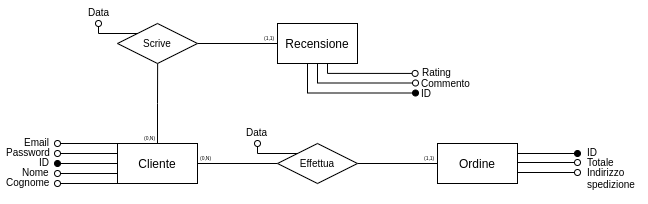
Before: docs/images/cliente.png, a diagram exported from draw.io (krosspile/ecommerce_database). Source tidied: cells renumbered, new cells last; positions are measured from the earlier drawing's top-left corner, leaving out a move shared by most shapes.
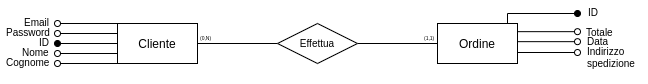
The same diagram one commit later.

The edit, as a diff of the source:
```diff
@@ -11,11 +11,6 @@
     <mxCell id="3" style="edgeStyle=orthogonalEdgeStyle;rounded=0;jettySize=auto;html=1;exitX=1;exitY=0.5;exitDx=0;exitDy=0;entryX=0;entryY=0.5;entryDx=0;entryDy=0;fontSize=10;endArrow=none;endFill=0;" parent="1" edge="1" source="5" target="15">
       <mxGeometry relative="1" as="geometry" />
     </mxCell>
-    <mxCell id="4" style="edgeStyle=orthogonalEdgeStyle;rounded=0;jettySize=auto;html=1;exitX=0.5;exitY=0;exitDx=0;exitDy=0;fontSize=10;endArrow=none;endFill=0;" parent="1" edge="1" source="5">
-      <mxGeometry relative="1" as="geometry">
-        <mxPoint x="157.1" y="63" as="targetPoint" />
-      </mxGeometry>
-    </mxCell>
     <mxCell id="5" value="Cliente" style="whiteSpace=wrap;html=1;align=center;" parent="1" vertex="1">
       <mxGeometry x="117" y="143" width="80" height="40" as="geometry" />
     </mxCell>
@@ -52,40 +47,26 @@
     <mxCell id="13" style="edgeStyle=orthogonalEdgeStyle;rounded=0;jettySize=auto;html=1;exitX=1;exitY=0.5;exitDx=0;exitDy=0;entryX=0;entryY=0.5;entryDx=0;entryDy=0;fontSize=10;endArrow=none;endFill=0;" parent="1" edge="1" source="15" target="16">
       <mxGeometry relative="1" as="geometry" />
     </mxCell>
-    <mxCell id="14" style="edgeStyle=orthogonalEdgeStyle;rounded=0;jettySize=auto;html=1;exitX=0;exitY=0;exitDx=0;exitDy=0;fontSize=10;endArrow=oval;endFill=0;" parent="1" edge="1" source="15">
-      <mxGeometry relative="1" as="geometry">
-        <mxPoint x="257" y="143" as="targetPoint" />
-      </mxGeometry>
-    </mxCell>
     <mxCell id="15" value="Effettua" style="shape=rhombus;perimeter=rhombusPerimeter;whiteSpace=wrap;html=1;align=center;fontSize=10;" parent="1" vertex="1">
       <mxGeometry x="277" y="143" width="80" height="40" as="geometry" />
     </mxCell>
     <mxCell id="16" value="Ordine" style="whiteSpace=wrap;html=1;align=center;" parent="1" vertex="1">
       <mxGeometry x="437" y="143" width="80" height="40" as="geometry" />
     </mxCell>
-    <mxCell id="17" value="Data" style="text;strokeColor=none;fillColor=none;spacingLeft=4;spacingRight=4;overflow=hidden;fontSize=10;" parent="1" vertex="1">
-      <mxGeometry x="240" y="120" width="37" height="23" as="geometry" />
-    </mxCell>
-    <mxCell id="18" style="edgeStyle=orthogonalEdgeStyle;rounded=0;orthogonalLoop=1;jettySize=auto;html=1;exitX=0;exitY=0.25;exitDx=0;exitDy=0;endArrow=oval;endFill=1;" parent="1" edge="1">
-      <mxGeometry relative="1" as="geometry">
-        <mxPoint x="517" y="153" as="sourcePoint" />
-        <mxPoint x="577" y="153" as="targetPoint" />
-      </mxGeometry>
-    </mxCell>
     <mxCell id="19" style="edgeStyle=orthogonalEdgeStyle;rounded=0;orthogonalLoop=1;jettySize=auto;html=1;exitX=0;exitY=0.25;exitDx=0;exitDy=0;endArrow=oval;endFill=0;" parent="1" edge="1">
       <mxGeometry relative="1" as="geometry">
-        <mxPoint x="517" y="162" as="sourcePoint" />
-        <mxPoint x="577" y="162" as="targetPoint" />
+        <mxPoint x="517" y="151.2" as="sourcePoint" />
+        <mxPoint x="577" y="151.2" as="targetPoint" />
       </mxGeometry>
     </mxCell>
     <mxCell id="20" value="ID" style="text;strokeColor=none;fillColor=none;spacingLeft=4;spacingRight=4;overflow=hidden;fontSize=10;" parent="1" vertex="1">
-      <mxGeometry x="581" y="140" width="37" height="23" as="geometry" />
+      <mxGeometry x="582" y="120" width="37" height="23" as="geometry" />
     </mxCell>
     <mxCell id="21" value="Totale" style="text;strokeColor=none;fillColor=none;spacingLeft=4;spacingRight=4;overflow=hidden;fontSize=10;" parent="1" vertex="1">
-      <mxGeometry x="581" y="150" width="37" height="23" as="geometry" />
+      <mxGeometry x="580" y="140" width="46" height="23" as="geometry" />
     </mxCell>
     <mxCell id="22" value="Indirizzo&#10;spedizione" style="text;strokeColor=none;fillColor=none;spacingLeft=4;spacingRight=4;overflow=hidden;fontSize=10;" parent="1" vertex="1">
-      <mxGeometry x="581" y="160" width="66" height="33" as="geometry" />
+      <mxGeometry x="581" y="158.5" width="66" height="33" as="geometry" />
     </mxCell>
     <mxCell id="23" style="edgeStyle=orthogonalEdgeStyle;rounded=0;orthogonalLoop=1;jettySize=auto;html=1;exitX=0;exitY=0.25;exitDx=0;exitDy=0;endArrow=oval;endFill=0;" parent="1" edge="1">
       <mxGeometry relative="1" as="geometry">
@@ -93,51 +74,6 @@
         <mxPoint x="577" y="172" as="targetPoint" />
       </mxGeometry>
     </mxCell>
-    <mxCell id="24" style="edgeStyle=orthogonalEdgeStyle;rounded=0;jettySize=auto;html=1;exitX=1;exitY=0.5;exitDx=0;exitDy=0;entryX=0;entryY=0.5;entryDx=0;entryDy=0;fontSize=10;endArrow=none;endFill=0;" parent="1" edge="1" source="25" target="31">
-      <mxGeometry relative="1" as="geometry" />
-    </mxCell>
-    <mxCell id="25" value="Scrive" style="shape=rhombus;perimeter=rhombusPerimeter;whiteSpace=wrap;html=1;align=center;fontSize=10;" parent="1" vertex="1">
-      <mxGeometry x="117" y="23" width="80" height="40" as="geometry" />
-    </mxCell>
-    <mxCell id="26" style="edgeStyle=orthogonalEdgeStyle;rounded=0;orthogonalLoop=1;jettySize=auto;html=1;fontSize=10;endArrow=oval;endFill=0;" parent="1" edge="1">
-      <mxGeometry relative="1" as="geometry">
-        <mxPoint x="137" y="33" as="sourcePoint" />
-        <mxPoint x="98" y="23" as="targetPoint" />
-        <Array as="points">
-          <mxPoint x="98" y="33" />
-        </Array>
-      </mxGeometry>
-    </mxCell>
-    <mxCell id="27" value="Data" style="text;strokeColor=none;fillColor=none;spacingLeft=4;spacingRight=4;overflow=hidden;fontSize=10;" parent="1" vertex="1">
-      <mxGeometry x="82" width="37" height="23" as="geometry" />
-    </mxCell>
-    <mxCell id="28" style="edgeStyle=orthogonalEdgeStyle;rounded=0;jettySize=auto;html=1;exitX=0.75;exitY=1;exitDx=0;exitDy=0;endArrow=oval;endFill=0;entryX=-0.034;entryY=0.562;entryDx=0;entryDy=0;entryPerimeter=0;" parent="1" edge="1" target="39">
-      <mxGeometry relative="1" as="geometry">
-        <mxPoint x="336" y="63" as="sourcePoint" />
-        <Array as="points">
-          <mxPoint x="327" y="63" />
-          <mxPoint x="327" y="73" />
-        </Array>
-      </mxGeometry>
-    </mxCell>
-    <mxCell id="29" style="edgeStyle=orthogonalEdgeStyle;rounded=0;jettySize=auto;html=1;exitX=0.5;exitY=1;exitDx=0;exitDy=0;entryX=0;entryY=0.5;entryDx=0;entryDy=0;endArrow=oval;endFill=0;" parent="1" edge="1" source="31" target="40">
-      <mxGeometry relative="1" as="geometry">
-        <Array as="points">
-          <mxPoint x="317" y="83" />
-        </Array>
-      </mxGeometry>
-    </mxCell>
-    <mxCell id="30" style="edgeStyle=orthogonalEdgeStyle;rounded=0;jettySize=auto;html=1;exitX=0.25;exitY=1;exitDx=0;exitDy=0;entryX=0;entryY=0.5;entryDx=0;entryDy=0;endArrow=oval;endFill=1;" parent="1" edge="1" source="31" target="38">
-      <mxGeometry relative="1" as="geometry">
-        <Array as="points">
-          <mxPoint x="307" y="63" />
-          <mxPoint x="307" y="93" />
-        </Array>
-      </mxGeometry>
-    </mxCell>
-    <mxCell id="31" value="Recensione" style="whiteSpace=wrap;html=1;align=center;" parent="1" vertex="1">
-      <mxGeometry x="277" y="23" width="80" height="40" as="geometry" />
-    </mxCell>
     <mxCell id="32" style="edgeStyle=orthogonalEdgeStyle;rounded=0;orthogonalLoop=1;jettySize=auto;html=1;exitX=0;exitY=0.25;exitDx=0;exitDy=0;endArrow=oval;endFill=1;" parent="1" edge="1">
       <mxGeometry relative="1" as="geometry">
         <mxPoint x="117" y="163" as="sourcePoint" />
@@ -147,26 +83,30 @@
     <mxCell id="33" value="ID" style="text;strokeColor=none;fillColor=none;spacingLeft=4;spacingRight=4;overflow=hidden;fontSize=10;" parent="1" vertex="1">
       <mxGeometry x="33" y="150" width="40" height="30" as="geometry" />
     </mxCell>
-    <mxCell id="34" value="(1,1)" style="text;strokeColor=none;fillColor=none;spacingLeft=4;spacingRight=4;overflow=hidden;fontSize=5;" parent="1" vertex="1">
-      <mxGeometry x="258" y="29" width="30" height="14" as="geometry" />
-    </mxCell>
-    <mxCell id="35" value="(0,N)" style="text;strokeColor=none;fillColor=none;spacingLeft=4;spacingRight=4;overflow=hidden;fontSize=5;" parent="1" vertex="1">
-      <mxGeometry x="138" y="129" width="30" height="14" as="geometry" />
-    </mxCell>
     <mxCell id="36" value="(0,N)" style="text;strokeColor=none;fillColor=none;spacingLeft=4;spacingRight=4;overflow=hidden;fontSize=5;" parent="1" vertex="1">
       <mxGeometry x="194" y="149" width="30" height="14" as="geometry" />
     </mxCell>
     <mxCell id="37" value="(1,1)" style="text;strokeColor=none;fillColor=none;spacingLeft=4;spacingRight=4;overflow=hidden;fontSize=5;" parent="1" vertex="1">
       <mxGeometry x="418" y="149" width="30" height="14" as="geometry" />
     </mxCell>
-    <mxCell id="38" value="ID" style="text;strokeColor=none;fillColor=none;spacingLeft=4;spacingRight=4;overflow=hidden;points=[[0,0.5],[1,0.5]];portConstraint=eastwest;fontSize=10;" parent="1" vertex="1">
-      <mxGeometry x="415" y="81" width="37" height="23" as="geometry" />
-    </mxCell>
-    <mxCell id="39" value="Rating" style="text;strokeColor=none;fillColor=none;spacingLeft=4;spacingRight=4;overflow=hidden;points=[[0,0.5],[1,0.5]];portConstraint=eastwest;fontSize=10;" parent="1" vertex="1">
-      <mxGeometry x="416" y="60" width="41" height="23" as="geometry" />
-    </mxCell>
-    <mxCell id="40" value="Commento" style="text;strokeColor=none;fillColor=none;spacingLeft=4;spacingRight=4;overflow=hidden;points=[[0,0.5],[1,0.5]];portConstraint=eastwest;fontSize=10;" parent="1" vertex="1">
-      <mxGeometry x="415" y="71" width="66" height="23" as="geometry" />
-    </mxCell>
+    <mxCell id="41" style="edgeStyle=orthogonalEdgeStyle;rounded=0;orthogonalLoop=1;jettySize=auto;html=1;exitX=1;exitY=0;exitDx=0;exitDy=0;endArrow=oval;endFill=1;sourcePerimeterSpacing=0;targetPerimeterSpacing=0;" parent="1" edge="1">
+      <mxGeometry relative="1" as="geometry">
+        <mxPoint x="517" y="143" as="sourcePoint" />
+        <mxPoint x="577" y="133" as="targetPoint" />
+        <Array as="points">
+          <mxPoint x="507" y="143" />
+          <mxPoint x="507" y="133" />
+        </Array>
+      </mxGeometry>
+    </mxCell>
+    <mxCell id="42" value="Data" style="text;strokeColor=none;fillColor=none;spacingLeft=4;spacingRight=4;overflow=hidden;fontSize=10;" parent="1" vertex="1">
+      <mxGeometry x="581" y="149" width="37" height="23" as="geometry" />
+    </mxCell>
+    <mxCell id="43" style="edgeStyle=orthogonalEdgeStyle;rounded=0;orthogonalLoop=1;jettySize=auto;html=1;exitX=0;exitY=0.25;exitDx=0;exitDy=0;endArrow=oval;endFill=0;" parent="1" edge="1">
+      <mxGeometry relative="1" as="geometry">
+        <mxPoint x="517" y="161.2" as="sourcePoint" />
+        <mxPoint x="577" y="161.2" as="targetPoint" />
+      </mxGeometry>
+    </mxCell>
   </root>
 </mxGraphModel>
```
